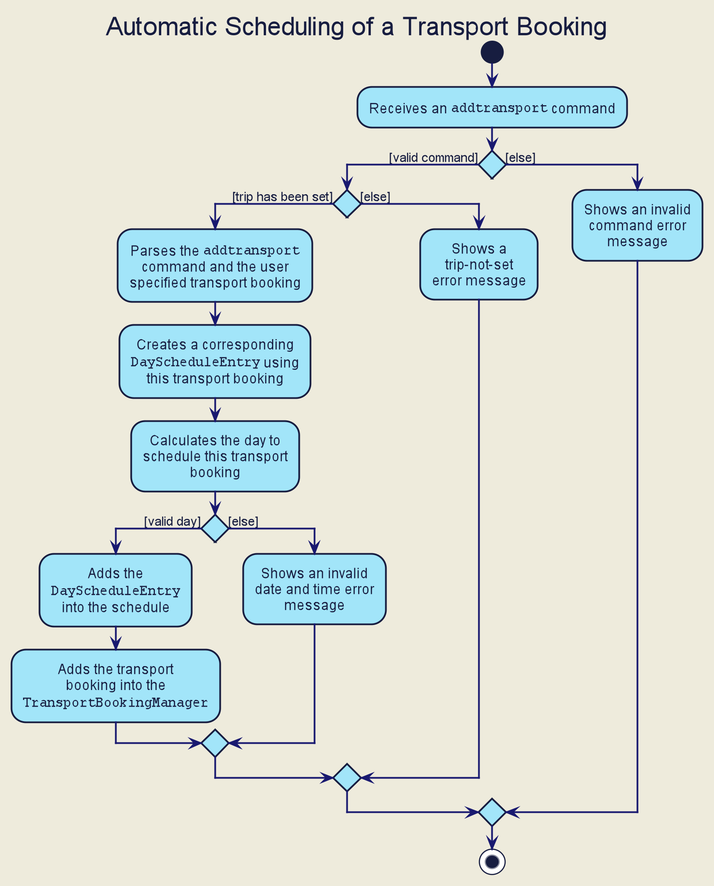
This is docs/images/developer-guide/transport-booking/AddTransportBookingActivityDiagram.png from zenatrick/main, a PlantUML export, as it was before one commit.
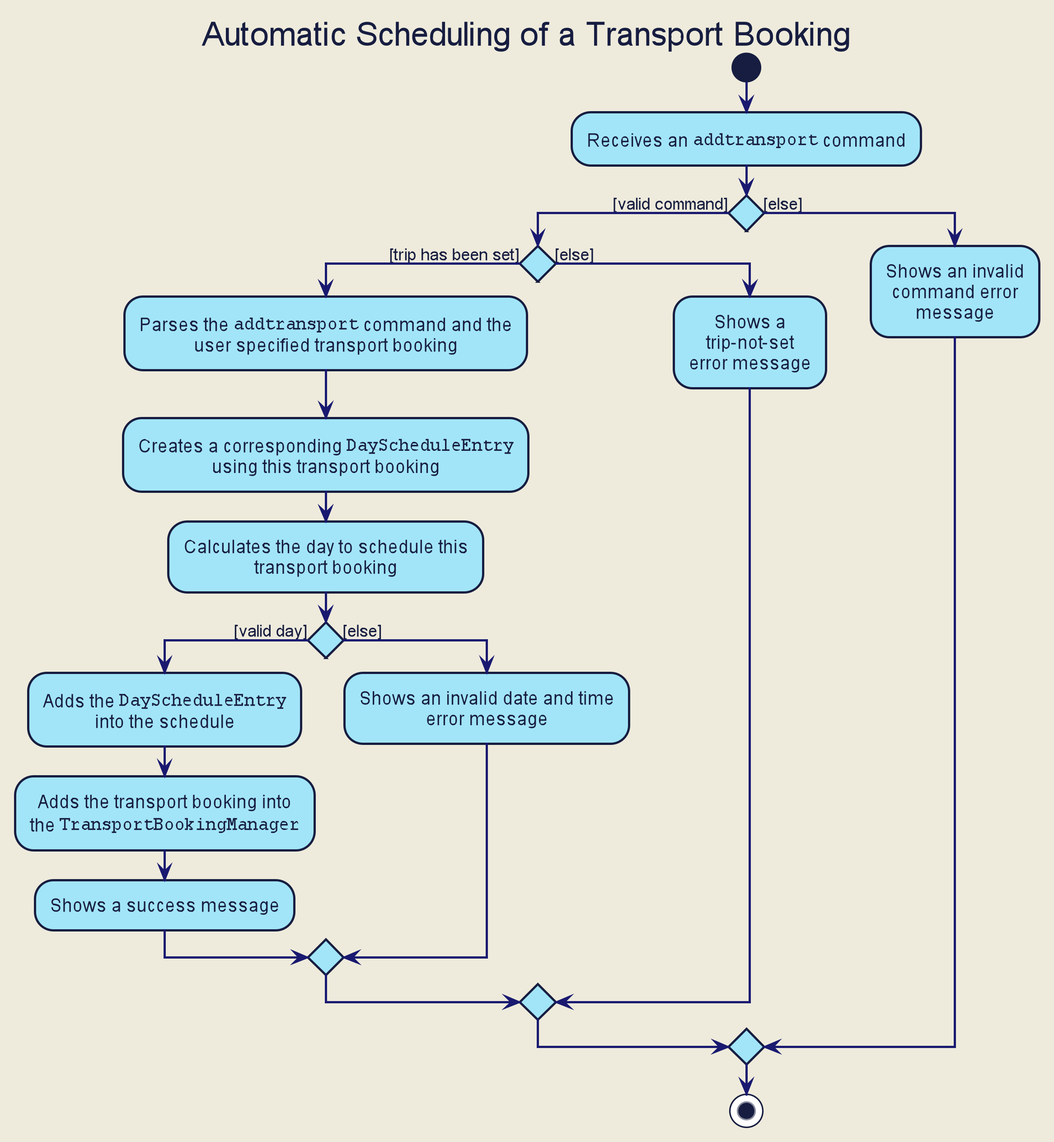
The same diagram one commit later.

Change to the diagram source:
```diff
@@ -111,32 +111,27 @@
 
     if () then ([trip has been set])
 
-        :Parses the ""addtransport""
-        command and the user
-        specified transport booking;
+        :Parses the ""addtransport"" command and the
+        user specified transport booking;
 
-        :Creates a corresponding
-        ""DayScheduleEntry"" using
-        this transport booking;
+        :Creates a corresponding ""DayScheduleEntry""
+        using this transport booking;
 
-        :Calculates the day to
-        schedule this transport
-        booking;
+        :Calculates the day to schedule this
+        transport booking;
 
         if () then ([valid day])
 
-            :Adds the
-            ""DayScheduleEntry""
+            :Adds the ""DayScheduleEntry""
             into the schedule;
 
-            :Adds the transport
-            booking into the
-            ""TransportBookingManager"";
+            :Adds the transport booking into
+            the ""TransportBookingManager"";
 
+            :Shows a success message;
         else ([else])
-            :Shows an invalid
-            date and time error
-            message;
+            :Shows an invalid date and time
+            error message;
 
         endif
 
```
